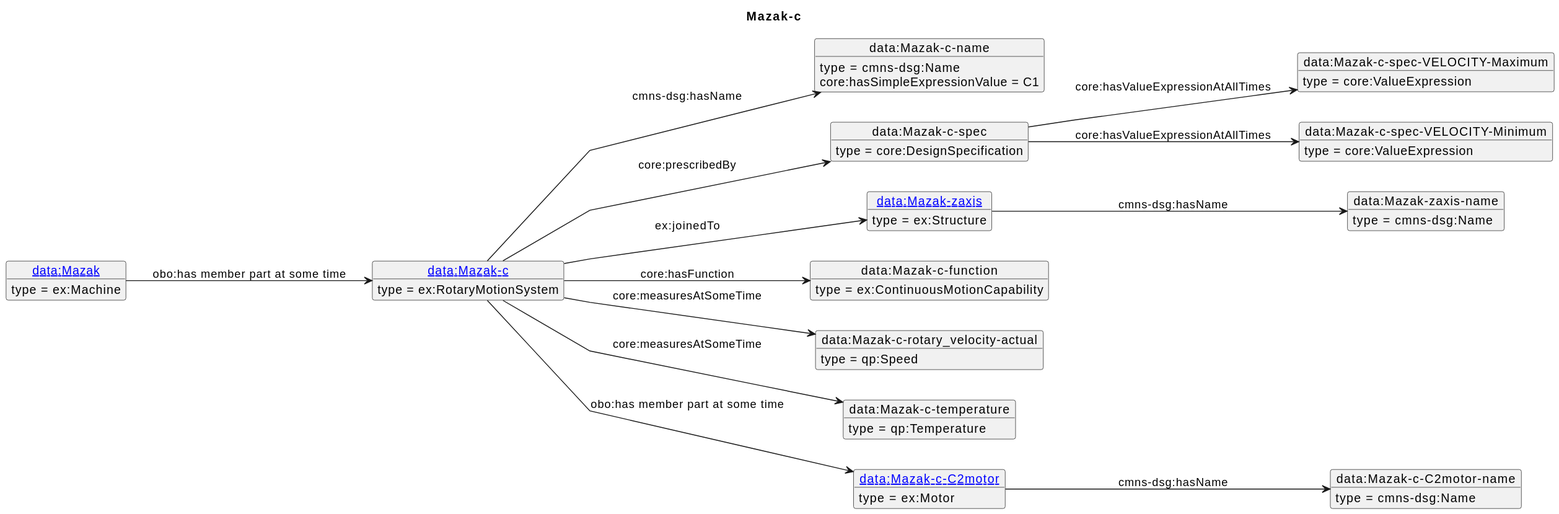
iofoundry/example-syseng-mtconnect keeps this PlantUML diagram as diagrams/Mazak-c.svg. Above is the earlier version. Its diagram source:
```plantuml
@startuml
skinparam linetype polyline
left to right direction
title Mazak-c
object "[[./Mazak-c.html data:Mazak-c]]" as o1 {
 type = ex:RotaryMotionSystem
 }
object "data:Mazak-c-name" as o2 {
 type = cmns-dsg:Name
 }
object "data:Mazak-c-spec" as o3 {
 type = core:DesignSpecification
 }
object "data:Mazak-c-spec-VELOCITY-Maximum" as o4 {
 type = core:ValueExpression
 }
object "data:Mazak-c-spec-VELOCITY-Minimum" as o5 {
 type = core:ValueExpression
 }
object "[[./Mazak-zaxis.html data:Mazak-zaxis]]" as o6 {
 type = ex:Structure
 }
object "data:Mazak-zaxis-name" as o7 {
 type = cmns-dsg:Name
 }
object "data:Mazak-c-function" as o8 {
 type = ex:ContinuousMotionCapability
 }
object "data:Mazak-c-rotary_velocity-actual" as o9 {
 type = qp:Speed
 }
object "data:Mazak-c-temperature" as o10 {
 type = qp:Temperature
 }
object "[[./Mazak-c-C2motor.html data:Mazak-c-C2motor]]" as o11 {
 type = ex:Motor
 }
object "data:Mazak-c-C2motor-name" as o12 {
 type = cmns-dsg:Name
 }
object "[[./Mazak.html data:Mazak]]" as o13 {
 type = ex:Machine
 }
o1 --> o2 : cmns-dsg:hasName
o2 : core:hasSimpleExpressionValue = C1
o1 --> o3 : core:prescribedBy
o3 --> o4 : core:hasValueExpressionAtAllTimes
o3 --> o5 : core:hasValueExpressionAtAllTimes
o1 --> o6 : ex:joinedTo
o6 --> o7 : cmns-dsg:hasName
o1 --> o8 : core:hasFunction
o1 --> o9 : core:measuresAtSomeTime
o1 --> o10 : core:measuresAtSomeTime
o1 --> o11 : obo:has member part at some time
o11 --> o12 : cmns-dsg:hasName
o13 --> o1 : obo:has member part at some time
@enduml
```
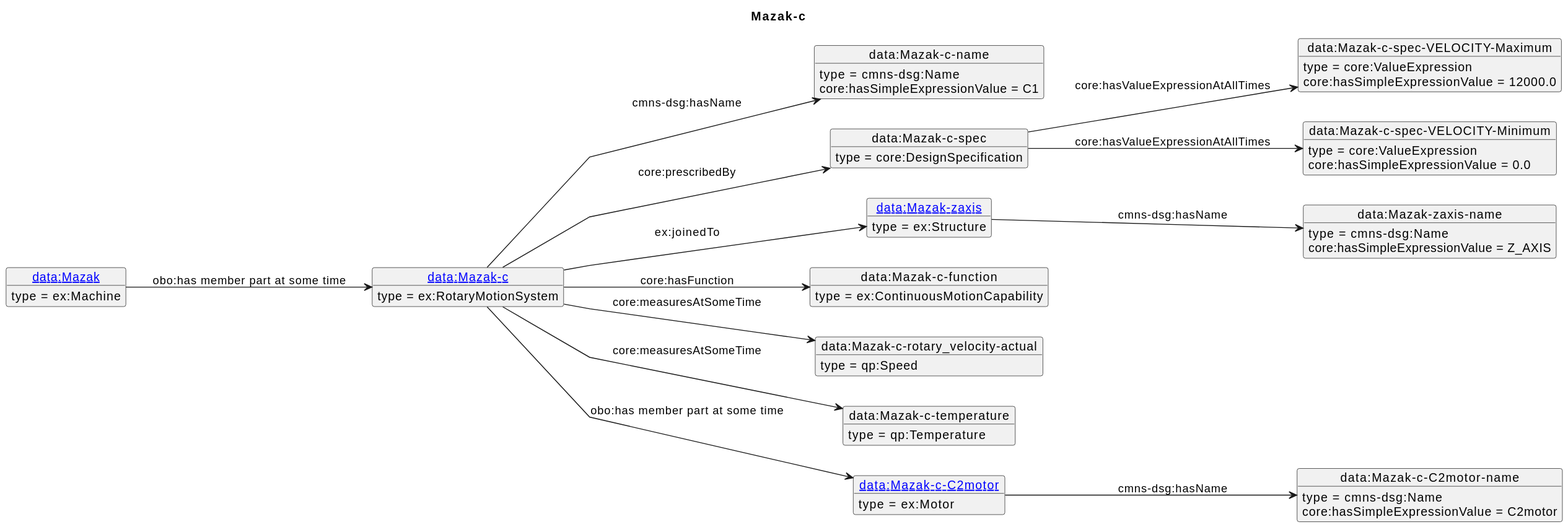
Later version of the same file.

The edit, as a diff of the source:
```diff
@@ -45,13 +45,17 @@
 o2 : core:hasSimpleExpressionValue = C1
 o1 --> o3 : core:prescribedBy
 o3 --> o4 : core:hasValueExpressionAtAllTimes
+o4 : core:hasSimpleExpressionValue = 12000.0
 o3 --> o5 : core:hasValueExpressionAtAllTimes
+o5 : core:hasSimpleExpressionValue = 0.0
 o1 --> o6 : ex:joinedTo
 o6 --> o7 : cmns-dsg:hasName
+o7 : core:hasSimpleExpressionValue = Z_AXIS
 o1 --> o8 : core:hasFunction
 o1 --> o9 : core:measuresAtSomeTime
 o1 --> o10 : core:measuresAtSomeTime
 o1 --> o11 : obo:has member part at some time
 o11 --> o12 : cmns-dsg:hasName
+o12 : core:hasSimpleExpressionValue = C2motor
 o13 --> o1 : obo:has member part at some time
 @enduml
```
